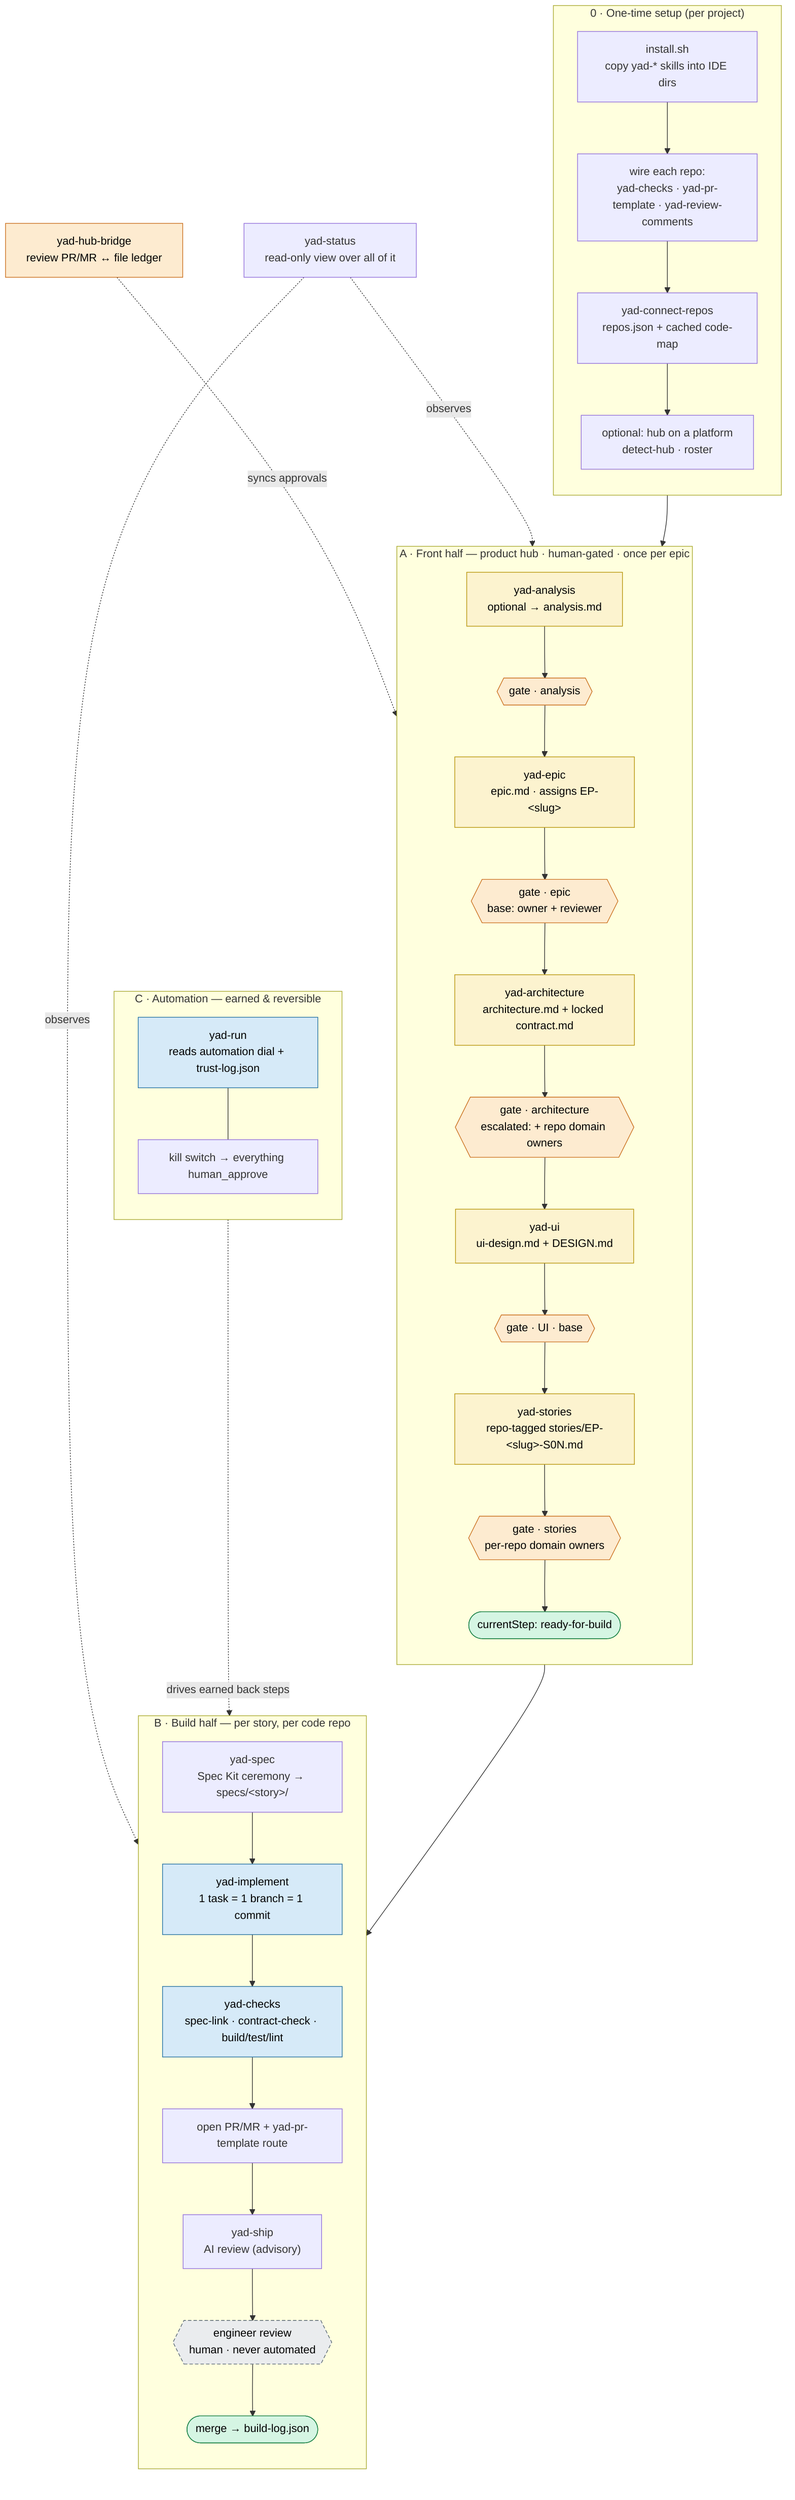
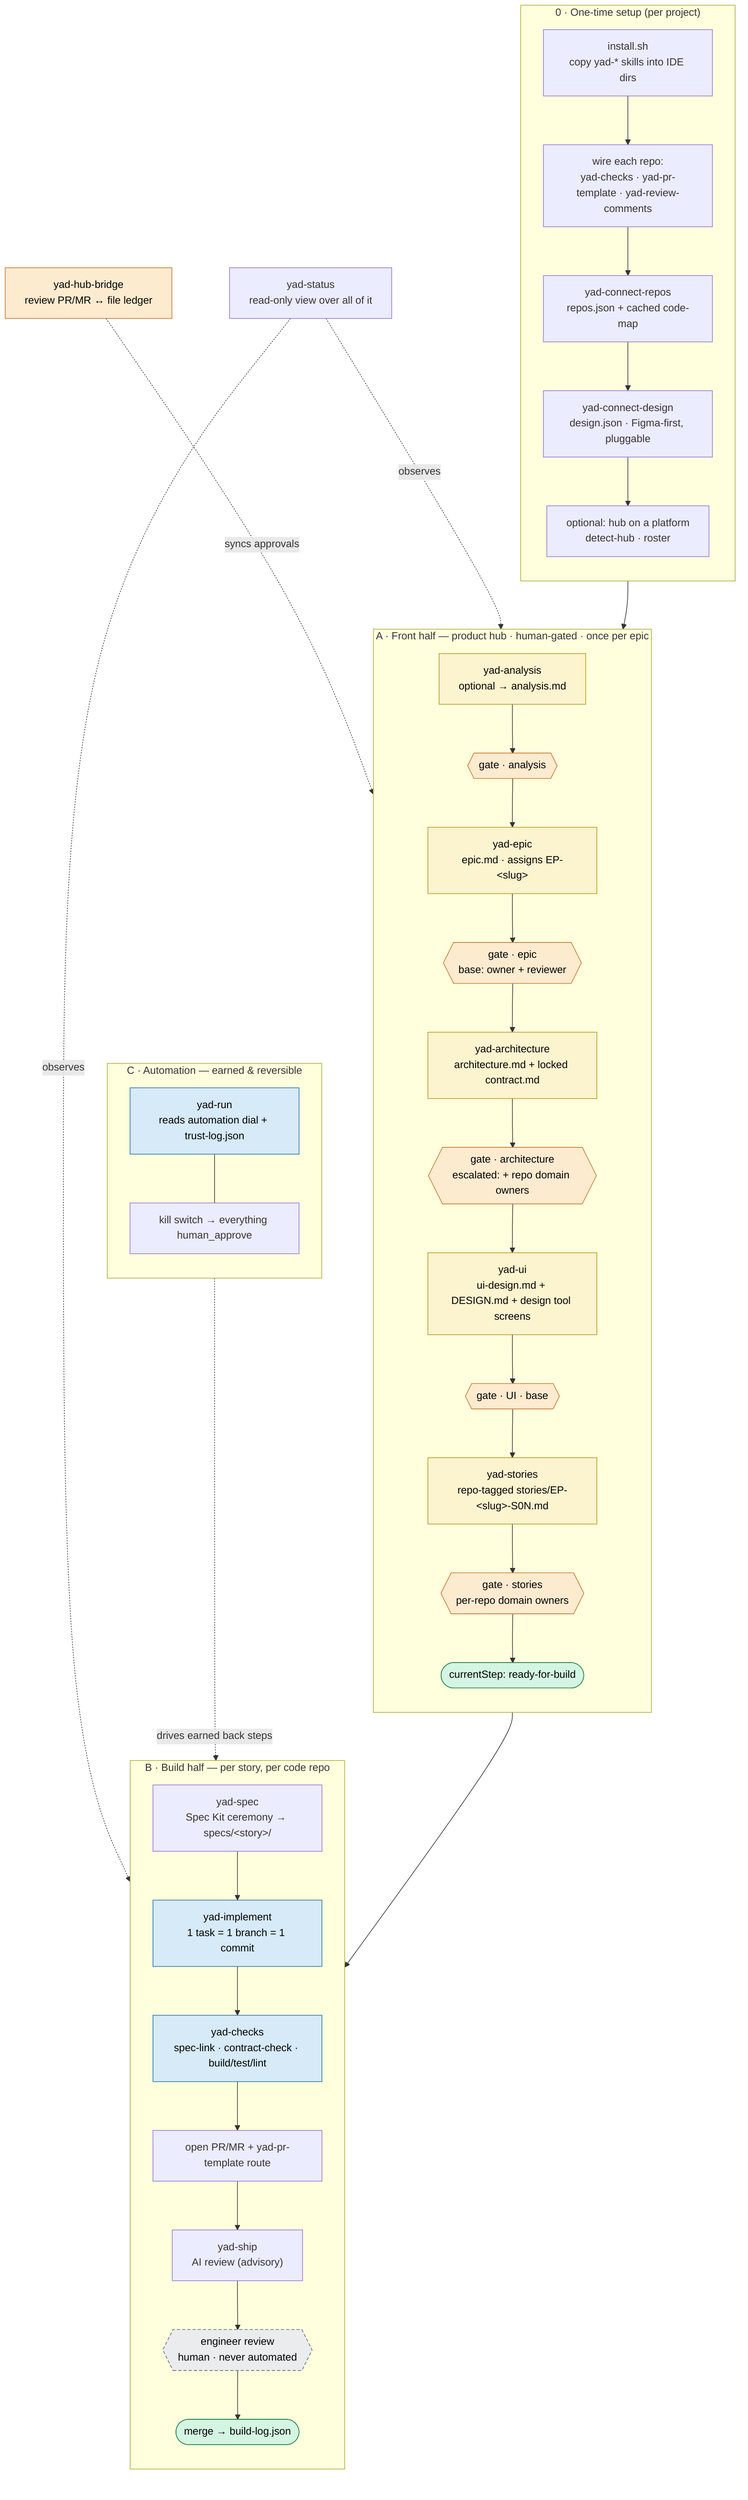
flowchart TD
    classDef gated fill:#fdebd0,stroke:#ca6f1e,color:#000
    classDef earns fill:#d6eaf8,stroke:#2471a3,color:#000
    classDef locked fill:#eaecee,stroke:#566573,color:#000,stroke-dasharray:5 3
    classDef artifact fill:#fcf3cf,stroke:#b7950b,color:#000
    classDef sentinel fill:#d5f5e3,stroke:#1e8449,color:#000

    subgraph SETUP["0 · One-time setup (per project)"]
      direction TB
      inst["install.sh<br/>copy yad-* skills into IDE dirs"]
      wire["wire each repo:<br/>yad-checks · yad-pr-template · yad-review-comments"]
      conn["yad-connect-repos<br/>repos.json + cached code-map"]
+       cdes["yad-connect-design<br/>design.json · Figma-first, pluggable"]
      phub["optional: hub on a platform<br/>detect-hub · roster"]
-       inst --> wire --> conn --> phub
+       inst --> wire --> conn --> cdes --> phub
    end

    subgraph FRONT["A · Front half — product hub · human-gated · once per epic"]
      direction TB
      an["yad-analysis<br/>optional → analysis.md"]:::artifact
      ep["yad-epic<br/>epic.md · assigns EP-&lt;slug&gt;"]:::artifact
      ar["yad-architecture<br/>architecture.md + locked contract.md"]:::artifact
-       ui["yad-ui<br/>ui-design.md + DESIGN.md"]:::artifact
+       ui["yad-ui<br/>ui-design.md + DESIGN.md + design tool screens"]:::artifact
      st["yad-stories<br/>repo-tagged stories/EP-&lt;slug&gt;-S0N.md"]:::artifact
      gAn{{"gate · analysis"}}:::gated
      gEp{{"gate · epic<br/>base: owner + reviewer"}}:::gated
      gAr{{"gate · architecture<br/>escalated: + repo domain owners"}}:::gated
      gUi{{"gate · UI · base"}}:::gated
      gSt{{"gate · stories<br/>per-repo domain owners"}}:::gated
      rfb(["currentStep: ready-for-build"]):::sentinel
      an --> gAn --> ep --> gEp --> ar --> gAr --> ui --> gUi --> st --> gSt --> rfb
    end

    subgraph BUILD["B · Build half — per story, per code repo"]
      direction TB
      sp["yad-spec<br/>Spec Kit ceremony → specs/&lt;story&gt;/"]
      im["yad-implement<br/>1 task = 1 branch = 1 commit"]:::earns
      ck["yad-checks<br/>spec-link · contract-check · build/test/lint"]:::earns
      prm["open PR/MR + yad-pr-template route"]
      shp["yad-ship<br/>AI review (advisory)"]
      eng{{"engineer review<br/>human · never automated"}}:::locked
      merged(["merge → build-log.json"]):::sentinel
      sp --> im --> ck --> prm --> shp --> eng --> merged
    end

    subgraph AUTO["C · Automation — earned & reversible"]
      direction TB
      run["yad-run<br/>reads automation dial + trust-log.json"]:::earns
      kill["kill switch → everything human_approve"]
      run --- kill
    end

    phub --> an
    rfb --> sp
    run -. drives earned back steps .-> im
    bridge["yad-hub-bridge<br/>review PR/MR ↔ file ledger"]:::gated
    bridge -. syncs approvals .-> gEp
    status["yad-status<br/>read-only view over all of it"]
    status -. observes .-> FRONT
    status -. observes .-> BUILD
